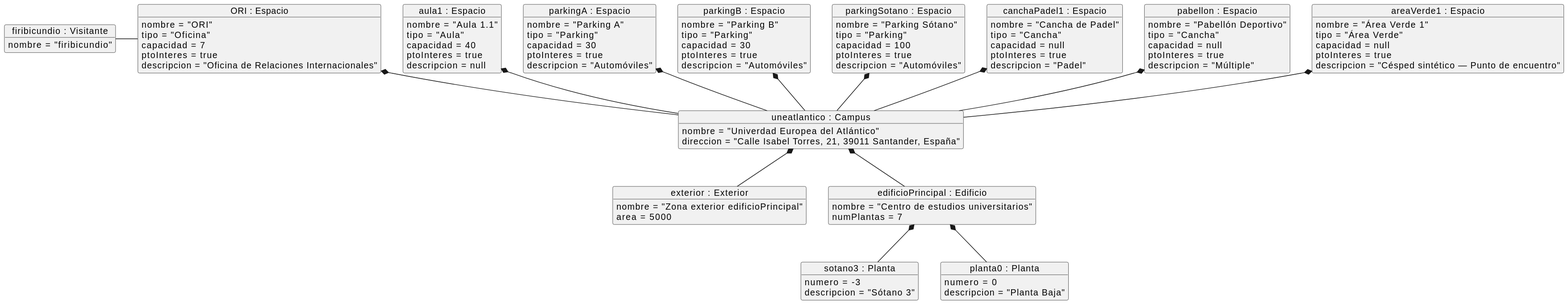
Before: documentos/00-modeloDeDominio/DiagramaDeObjetos/diagramaDeObjetos.svg, a diagram exported from PlantUML (Camila-Lesly/25-26-idsw1-sdr).
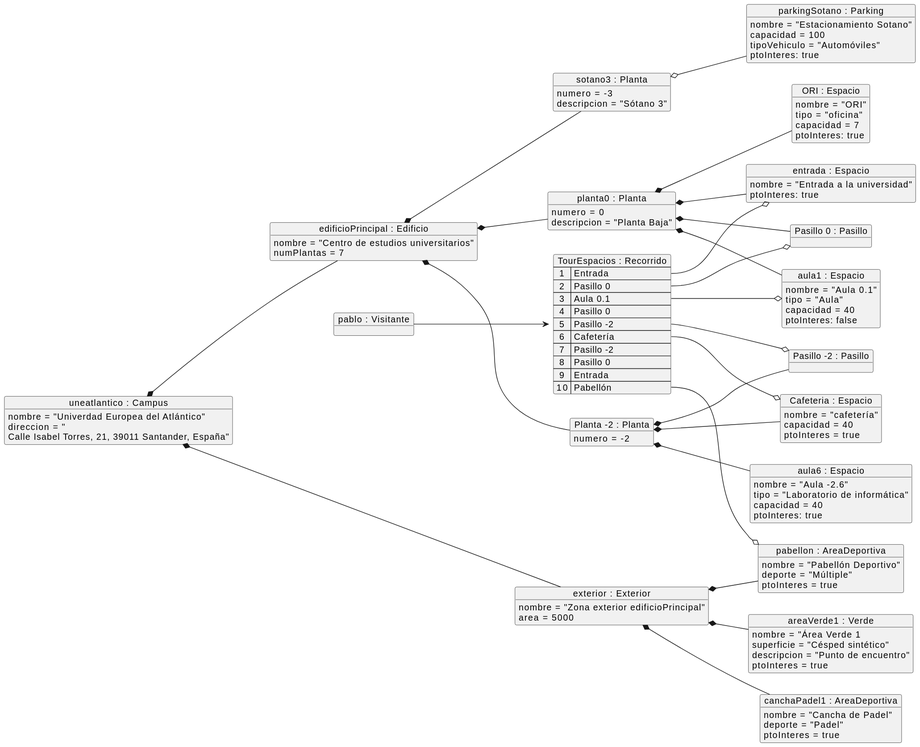
After the change.

Commit message:
docs: diagrama de objetos actualizado para el diagrama de clases

Change to the diagram source:
```diff
@@ -1,80 +1,10 @@
 @startuml
-object "firibicundio : Visitante" as firibicundio {
-    nombre = "firibicundio"
-}
-
-object "aula1 : Espacio" as aula1 {
-    nombre = "Aula 1.1"
-    tipo = "Aula"
-    capacidad = 40
-    ptoInteres = true
-    descripcion = null
-}
-
-object "ORI : Espacio" as ORI {
-    nombre = "ORI"
-    tipo = "Oficina"
-    capacidad = 7
-    ptoInteres = true
-    descripcion = "Oficina de Relaciones Internacionales"
-}
-
-object "parkingA : Espacio" as parkingA {
-    nombre = "Parking A"
-    tipo = "Parking"
-    capacidad = 30
-    ptoInteres = true
-    descripcion = "Automóviles"
-}
-
-object "parkingB : Espacio" as parkingB {
-    nombre = "Parking B"
-    tipo = "Parking"
-    capacidad = 30
-    ptoInteres = true
-    descripcion = "Automóviles"
-}
-
-object "parkingSotano : Espacio" as parkingSotano {
-    nombre = "Parking Sótano"
-    tipo = "Parking"
-    capacidad = 100
-    ptoInteres = true
-    descripcion = "Automóviles"
-}
-
-object "canchaPadel1 : Espacio" as canchaPadel1 {
-    nombre = "Cancha de Padel"
-    tipo = "Cancha"
-    capacidad = null
-    ptoInteres = true
-    descripcion = "Padel"
-}
-
-object "pabellon : Espacio" as pabellon {
-    nombre = "Pabellón Deportivo"
-    tipo = "Cancha"
-    capacidad = null
-    ptoInteres = true
-    descripcion = "Múltiple"
-}
-
-object "areaVerde1 : Espacio" as areaVerde1 {
-    nombre = "Área Verde 1"
-    tipo = "Área Verde"
-    capacidad = null
-    ptoInteres = true
-    descripcion = "Césped sintético — Punto de encuentro"
-}
+left to right direction
 
 object "uneatlantico : Campus" as uneatlantico {
     nombre = "Univerdad Europea del Atlántico"
-    direccion = "Calle Isabel Torres, 21, 39011 Santander, España"
-}
-
-object "exterior : Exterior" as exterior {
-    nombre = "Zona exterior edificioPrincipal"
-    area = 5000
+    direccion = "
+    Calle Isabel Torres, 21, 39011 Santander, España"
 }
 
 object "edificioPrincipal : Edificio" as edificioPrincipal {
@@ -92,22 +22,119 @@
     descripcion = "Planta Baja"
 }
 
-firibicundio -right- ORI
+object "aula1 : Espacio" as aula1 {
+    nombre = "Aula 0.1"
+    tipo = "Aula"
+    capacidad = 40
+    ptoInteres: false
+}
 
-aula1 *-- uneatlantico
-ORI *-- uneatlantico
+object "entrada : Espacio" as entrada{
+    nombre = "Entrada a la universidad"
+    ptoInteres: true
+}
 
-parkingSotano *-- uneatlantico
-parkingA *-- uneatlantico
-parkingB *-- uneatlantico
+object "ORI : Espacio" as ORI {
+    nombre = "ORI"
+    tipo = "oficina"
+    capacidad = 7
+    ptoInteres: true
+}
 
-areaVerde1 *-- uneatlantico
-canchaPadel1 *-- uneatlantico
-pabellon *-- uneatlantico
+object "Planta -2 : Planta" as planta_2{
+    numero = -2
+}
+object "Pasillo -2 : Pasillo" as pasillo_2
+object "Pasillo 0 : Pasillo" as pasillo0
+
+object "Cafeteria : Espacio" as cafeteria{
+    nombre = "cafetería"
+    capacidad = 40
+    ptoInteres = true
+}
+object "aula6 : Espacio" as aula6{
+    nombre = "Aula -2.6"
+    tipo = "Laboratorio de informática"
+    capacidad = 40
+    ptoInteres: true
+}
+
+
+object "parkingSotano : Parking" as parkingSotano {
+    nombre = "Estacionamiento Sotano"
+    capacidad = 100
+    tipoVehiculo = "Automóviles"
+    ptoInteres: true
+}
+
+object "exterior : Exterior" as exterior {
+    nombre = "Zona exterior edificioPrincipal"
+    area = 5000
+}
+
+object "areaVerde1 : Verde" as areaVerde1 {
+    nombre = "Área Verde 1
+    superficie = "Césped sintético"
+    descripcion = "Punto de encuentro"
+    ptoInteres = true
+}
+
+object "canchaPadel1 : AreaDeportiva" as canchaPadel1 {
+    nombre = "Cancha de Padel"
+    deporte = "Padel"
+    ptoInteres = true
+}
+
+object "pabellon : AreaDeportiva" as pabellon {
+    nombre = "Pabellón Deportivo"
+    deporte = "Múltiple"
+    ptoInteres = true
+}
+object "pablo : Visitante" as visitante{
+
+}
+map "TourEspacios : Recorrido" as recorrido {
+ 1 => Entrada
+ 2 => Pasillo 0
+ 3 => Aula 0.1
+ 4 => Pasillo 0
+ 5 => Pasillo -2
+ 6 => Cafetería
+ 7 => Pasillo -2
+ 8 => Pasillo 0
+ 9 => Entrada
+ 10 => Pabellón
+}
+
 
 uneatlantico *-- edificioPrincipal
 uneatlantico *-- exterior
 
 edificioPrincipal *-- sotano3
 edificioPrincipal *-- planta0
+edificioPrincipal *-- planta_2
+
+planta0 *-- aula1
+planta0 *-- ORI
+planta0 *-- entrada
+planta0 *-- pasillo0
+sotano3 o-- parkingSotano
+
+
+planta_2 *-- cafeteria
+planta_2 *-- aula6
+planta_2 *-- pasillo_2
+
+
+exterior *-- areaVerde1
+exterior *-- canchaPadel1
+exterior *-- pabellon
+
+visitante --> recorrido
+recorrido::1 --o entrada
+recorrido::2 --o pasillo0
+recorrido::3 --o aula1
+recorrido::5 --o pasillo_2
+recorrido::6 --o cafeteria
+recorrido::10 --o pabellon
 @enduml
```
